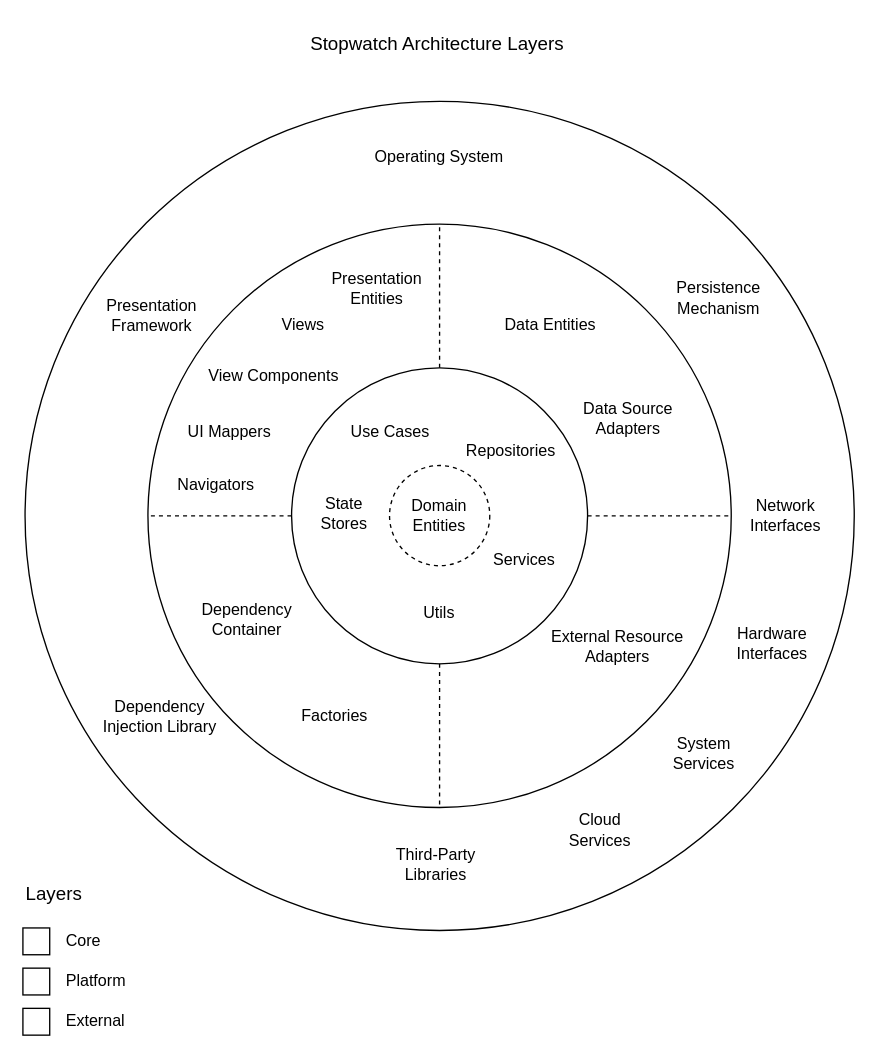
rafaeltmbr/Stopwatch keeps this draw.io diagram as docs/diagrams/architecture-layers.drawio. Above is the earlier version. Source tidied: cells renumbered, new cells numbered last; positions are measured from the earlier drawing's top-left corner, leaving out a move shared by most shapes. Both pictures are drawn from the tidied source at 134%, with x=0, y=0 at pixel (23, 23).
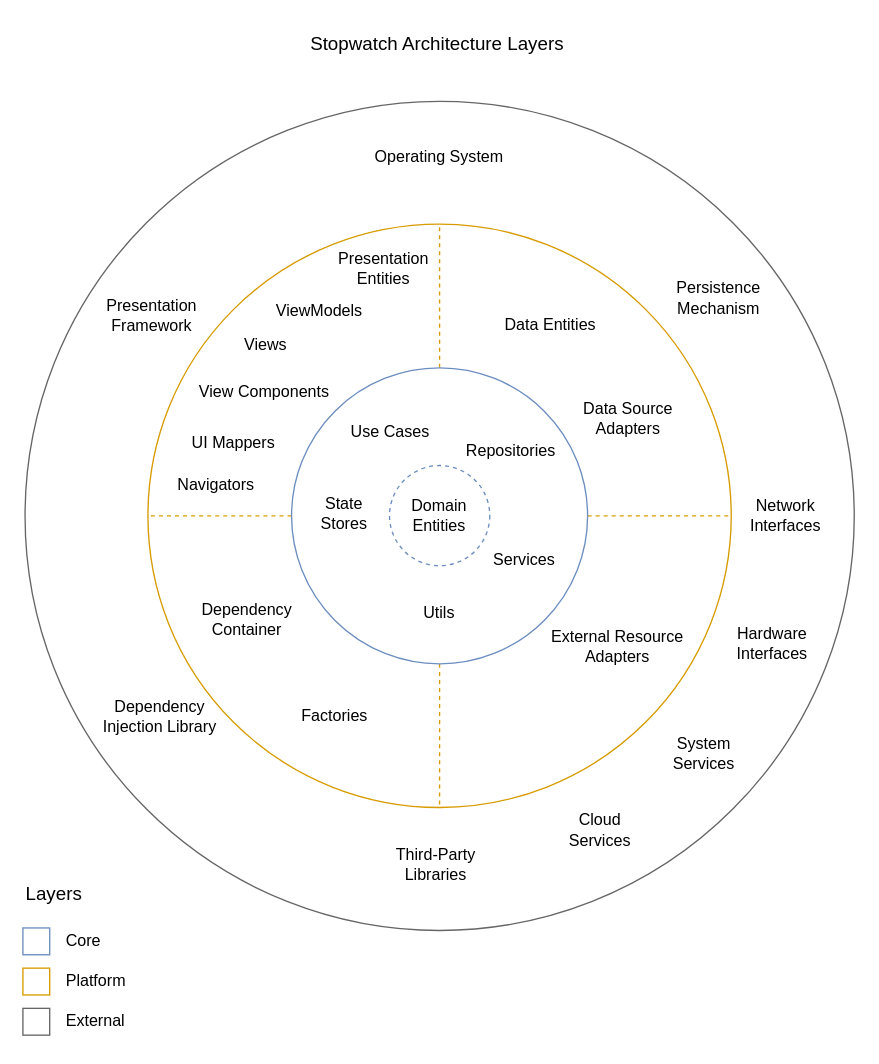
The same diagram, later.

Commit message (it also covers changes not shown here):
docs: update data flow diagram and description to be more precise about the GUI

Diff of the diagram source:
```diff
@@
-    <mxCell id="2" style="whiteSpace=wrap;html=1;" parent="1" vertex="1">
+    <mxCell id="2" style="whiteSpace=wrap;html=1;fillColor=none;strokeColor=#6c8ebf;" parent="1" vertex="1">
       <mxGeometry x="-0.4" y="675" width="20" height="20" as="geometry" />
     </mxCell>
@@
-    <mxCell id="4" style="whiteSpace=wrap;html=1;" parent="1" vertex="1">
+    <mxCell id="4" style="whiteSpace=wrap;html=1;fillColor=none;strokeColor=#d79b00;" parent="1" vertex="1">
       <mxGeometry x="-0.4" y="705" width="20" height="20" as="geometry" />
     </mxCell>
@@
-    <mxCell id="6" style="whiteSpace=wrap;html=1;" parent="1" vertex="1">
+    <mxCell id="6" style="whiteSpace=wrap;html=1;fillColor=none;fontColor=#333333;strokeColor=#666666;" parent="1" vertex="1">
       <mxGeometry x="-0.4" y="735" width="20" height="20" as="geometry" />
     </mxCell>
@@
-    <mxCell id="9" style="ellipse;whiteSpace=wrap;html=1;fillColor=none;" parent="1" vertex="1">
+    <mxCell id="9" style="ellipse;whiteSpace=wrap;html=1;fillColor=none;fontColor=#333333;strokeColor=#666666;" parent="1" vertex="1">
       <mxGeometry x="1.2" y="58.1" width="618.8" height="618.8" as="geometry" />
     </mxCell>
-    <mxCell id="10" style="ellipse;whiteSpace=wrap;html=1;fillColor=none;direction=south;" parent="1" vertex="1">
+    <mxCell id="10" style="ellipse;whiteSpace=wrap;html=1;fillColor=none;direction=south;strokeColor=#d79b00;" parent="1" vertex="1">
       <mxGeometry x="92.9" y="149.8" width="435.3" height="435.3" as="geometry" />
     </mxCell>
-    <mxCell id="11" style="edgeStyle=none;html=1;exitX=0.5;exitY=1;exitDx=0;exitDy=0;entryX=1;entryY=0.5;entryDx=0;entryDy=0;endArrow=none;endFill=0;dashed=1;" parent="1" edge="1" source="15" target="10">
+    <mxCell id="11" style="edgeStyle=none;html=1;exitX=0.5;exitY=1;exitDx=0;exitDy=0;entryX=1;entryY=0.5;entryDx=0;entryDy=0;endArrow=none;endFill=0;dashed=1;fillColor=#ffe6cc;strokeColor=#d79b00;" parent="1" edge="1" source="15" target="10">
       <mxGeometry relative="1" as="geometry" />
     </mxCell>
-    <mxCell id="12" style="edgeStyle=none;html=1;exitX=1;exitY=0.5;exitDx=0;exitDy=0;entryX=0.5;entryY=0;entryDx=0;entryDy=0;endArrow=none;endFill=0;dashed=1;" parent="1" edge="1" source="15" target="10">
+    <mxCell id="12" style="edgeStyle=none;html=1;exitX=1;exitY=0.5;exitDx=0;exitDy=0;entryX=0.5;entryY=0;entryDx=0;entryDy=0;endArrow=none;endFill=0;dashed=1;fillColor=#ffe6cc;strokeColor=#d79b00;" parent="1" edge="1" source="15" target="10">
       <mxGeometry relative="1" as="geometry" />
     </mxCell>
-    <mxCell id="13" style="edgeStyle=none;html=1;exitX=0.5;exitY=0;exitDx=0;exitDy=0;entryX=0;entryY=0.5;entryDx=0;entryDy=0;endArrow=none;endFill=0;dashed=1;" parent="1" edge="1" source="15" target="10">
+    <mxCell id="13" style="edgeStyle=none;html=1;exitX=0.5;exitY=0;exitDx=0;exitDy=0;entryX=0;entryY=0.5;entryDx=0;entryDy=0;endArrow=none;endFill=0;dashed=1;fillColor=#ffe6cc;strokeColor=#d79b00;" parent="1" edge="1" source="15" target="10">
       <mxGeometry relative="1" as="geometry" />
     </mxCell>
-    <mxCell id="14" style="edgeStyle=none;html=1;exitX=0;exitY=0.5;exitDx=0;exitDy=0;entryX=0.5;entryY=1;entryDx=0;entryDy=0;endArrow=none;endFill=0;dashed=1;" parent="1" edge="1" source="15" target="10">
+    <mxCell id="14" style="edgeStyle=none;html=1;exitX=0;exitY=0.5;exitDx=0;exitDy=0;entryX=0.5;entryY=1;entryDx=0;entryDy=0;endArrow=none;endFill=0;dashed=1;fillColor=#ffe6cc;strokeColor=#d79b00;" parent="1" edge="1" source="15" target="10">
       <mxGeometry relative="1" as="geometry" />
     </mxCell>
-    <mxCell id="15" style="ellipse;whiteSpace=wrap;html=1;fillColor=none;" parent="1" vertex="1">
+    <mxCell id="15" style="ellipse;whiteSpace=wrap;html=1;fillColor=none;strokeColor=#6c8ebf;" parent="1" vertex="1">
       <mxGeometry x="200.1" y="257" width="220.9" height="220.9" as="geometry" />
     </mxCell>
@@
     <mxCell id="23" value="Presentation Entities" style="text;html=1;strokeColor=none;fillColor=none;align=center;verticalAlign=middle;whiteSpace=wrap;rounded=0;" parent="1" vertex="1">
-      <mxGeometry x="228.9" y="182.5" width="70" height="30" as="geometry" />
+      <mxGeometry x="234" y="167.5" width="70" height="30" as="geometry" />
     </mxCell>
     <mxCell id="24" value="View Components" style="text;html=1;strokeColor=none;fillColor=none;align=center;verticalAlign=middle;whiteSpace=wrap;rounded=0;" parent="1" vertex="1">
-      <mxGeometry x="129" y="247.5" width="116" height="30" as="geometry" />
+      <mxGeometry x="122" y="259.5" width="116" height="30" as="geometry" />
     </mxCell>
     <mxCell id="25" value="Views" style="text;html=1;strokeColor=none;fillColor=none;align=center;verticalAlign=middle;whiteSpace=wrap;rounded=0;" parent="1" vertex="1">
-      <mxGeometry x="188.9" y="212.5" width="40" height="25" as="geometry" />
+      <mxGeometry x="161" y="227.5" width="40" height="25" as="geometry" />
     </mxCell>
     <mxCell id="26" value="UI Mappers" style="text;html=1;strokeColor=none;fillColor=none;align=center;verticalAlign=middle;whiteSpace=wrap;rounded=0;" parent="1" vertex="1">
-      <mxGeometry x="119" y="289.5" width="70" height="30" as="geometry" />
+      <mxGeometry x="122" y="297.5" width="70" height="30" as="geometry" />
     </mxCell>
@@
-    <mxCell id="41" style="ellipse;whiteSpace=wrap;html=1;fillColor=none;dashed=1;" parent="1" vertex="1">
+    <mxCell id="41" style="ellipse;whiteSpace=wrap;html=1;fillColor=none;dashed=1;strokeColor=#6c8ebf;" parent="1" vertex="1">
       <mxGeometry x="273.2" y="329.9" width="74.8" height="74.8" as="geometry" />
     </mxCell>
@@
+    <mxCell id="43" value="ViewModels" style="text;html=1;strokeColor=none;fillColor=none;align=center;verticalAlign=middle;whiteSpace=wrap;rounded=0;" parent="1" vertex="1">
+      <mxGeometry x="201" y="202.5" width="40" height="25" as="geometry" />
+    </mxCell>
```
